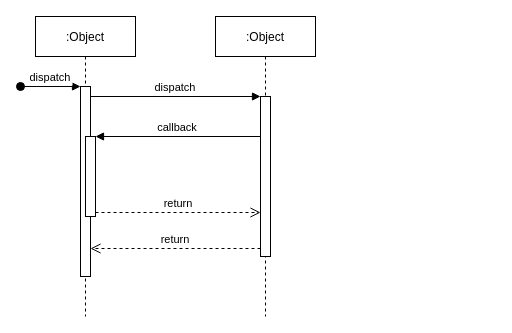
Above: Untitled Diagram.drawio in bickck/MyTodoListBack (draw.io), before the change. Source tidied: cells renumbered, new cells numbered last; positions are measured from the earlier drawing's top-left corner, leaving out a move shared by most shapes. Both pictures are drawn from the tidied source at 100%, with x=0, y=0 at pixel (20, 16).
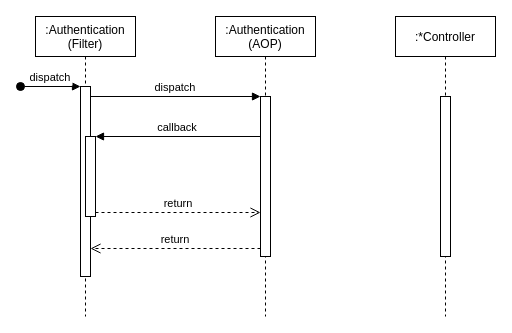
The same diagram, later.

The edit, as a diff of the source:
```diff
@@
 <mxGraphModel>
   <root>
     <mxCell id="0" />
     <mxCell id="1" parent="0" />
-    <mxCell id="2" value=":Object" style="shape=umlLifeline;perimeter=lifelinePerimeter;rounded=0;shadow=0;strokeWidth=1;" parent="1" vertex="1">
+    <mxCell id="2" value=":Authentication&#10;(Filter)" style="shape=umlLifeline;perimeter=lifelinePerimeter;rounded=0;shadow=0;strokeWidth=1;" parent="1" vertex="1">
       <mxGeometry x="15" width="100" height="300" as="geometry" />
     </mxCell>
     <mxCell id="3" style="points=[];perimeter=orthogonalPerimeter;rounded=0;shadow=0;strokeWidth=1;" parent="2" vertex="1">
       <mxGeometry x="45" y="70" width="10" height="190" as="geometry" />
     </mxCell>
     <mxCell id="4" value="dispatch" style="verticalAlign=bottom;startArrow=oval;endArrow=block;startSize=8;shadow=0;strokeWidth=1;" parent="2" edge="1" target="3">
       <mxGeometry relative="1" as="geometry">
         <mxPoint x="-15" y="70" as="sourcePoint" />
       </mxGeometry>
     </mxCell>
     <mxCell id="5" style="points=[];perimeter=orthogonalPerimeter;rounded=0;shadow=0;strokeWidth=1;" parent="2" vertex="1">
       <mxGeometry x="50" y="120" width="10" height="80" as="geometry" />
     </mxCell>
-    <mxCell id="6" value=":Object" style="shape=umlLifeline;perimeter=lifelinePerimeter;rounded=0;shadow=0;strokeWidth=1;" parent="1" vertex="1">
+    <mxCell id="6" value=":Authentication&#10;(AOP)" style="shape=umlLifeline;perimeter=lifelinePerimeter;rounded=0;shadow=0;strokeWidth=1;" parent="1" vertex="1">
       <mxGeometry x="195" width="100" height="300" as="geometry" />
     </mxCell>
     <mxCell id="7" style="points=[];perimeter=orthogonalPerimeter;rounded=0;shadow=0;strokeWidth=1;" parent="6" vertex="1">
       <mxGeometry x="45" y="80" width="10" height="160" as="geometry" />
     </mxCell>
     <mxCell id="8" value="return" style="verticalAlign=bottom;endArrow=open;dashed=1;endSize=8;exitX=0;exitY=0.95;shadow=0;strokeWidth=1;" parent="1" edge="1" source="7" target="3">
       <mxGeometry relative="1" as="geometry" />
     </mxCell>
     <mxCell id="9" value="dispatch" style="verticalAlign=bottom;endArrow=block;entryX=0;entryY=0;shadow=0;strokeWidth=1;" parent="1" edge="1" source="3" target="7">
       <mxGeometry relative="1" as="geometry" />
     </mxCell>
     <mxCell id="10" value="callback" style="verticalAlign=bottom;endArrow=block;entryX=1;entryY=0;shadow=0;strokeWidth=1;" parent="1" edge="1" source="7" target="5">
       <mxGeometry relative="1" as="geometry" />
     </mxCell>
     <mxCell id="11" value="return" style="verticalAlign=bottom;endArrow=open;dashed=1;endSize=8;exitX=1;exitY=0.95;shadow=0;strokeWidth=1;" parent="1" edge="1" source="5" target="7">
       <mxGeometry relative="1" as="geometry" />
     </mxCell>
+    <mxCell id="12" value=":*Controller" style="shape=umlLifeline;perimeter=lifelinePerimeter;rounded=0;shadow=0;strokeWidth=1;" parent="1" vertex="1">
+      <mxGeometry x="375" width="100" height="300" as="geometry" />
+    </mxCell>
+    <mxCell id="13" style="perimeter=orthogonalPerimeter;rounded=0;shadow=0;strokeWidth=1;" parent="12" vertex="1">
+      <mxGeometry x="45" y="80" width="10" height="160" as="geometry" />
+    </mxCell>
   </root>
 </mxGraphModel>
```
